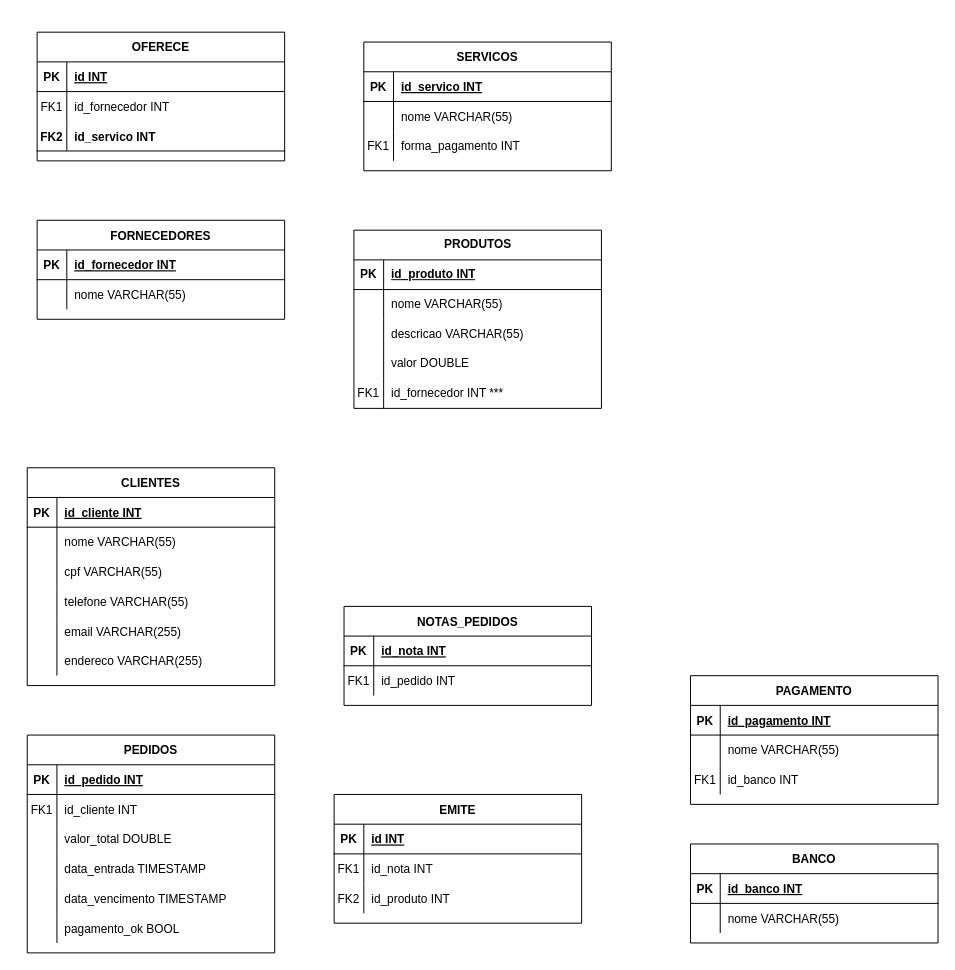
GustavoSouza123/ERDs keeps this draw.io diagram as agência_de_turismo.drawio. Above is the earlier version. Source tidied: cells renumbered, new cells numbered last; positions are measured from the earlier drawing's top-left corner, leaving out a move shared by most shapes. Both pictures are drawn from the tidied source at 99%, with x=0, y=0 at pixel (27, 32).
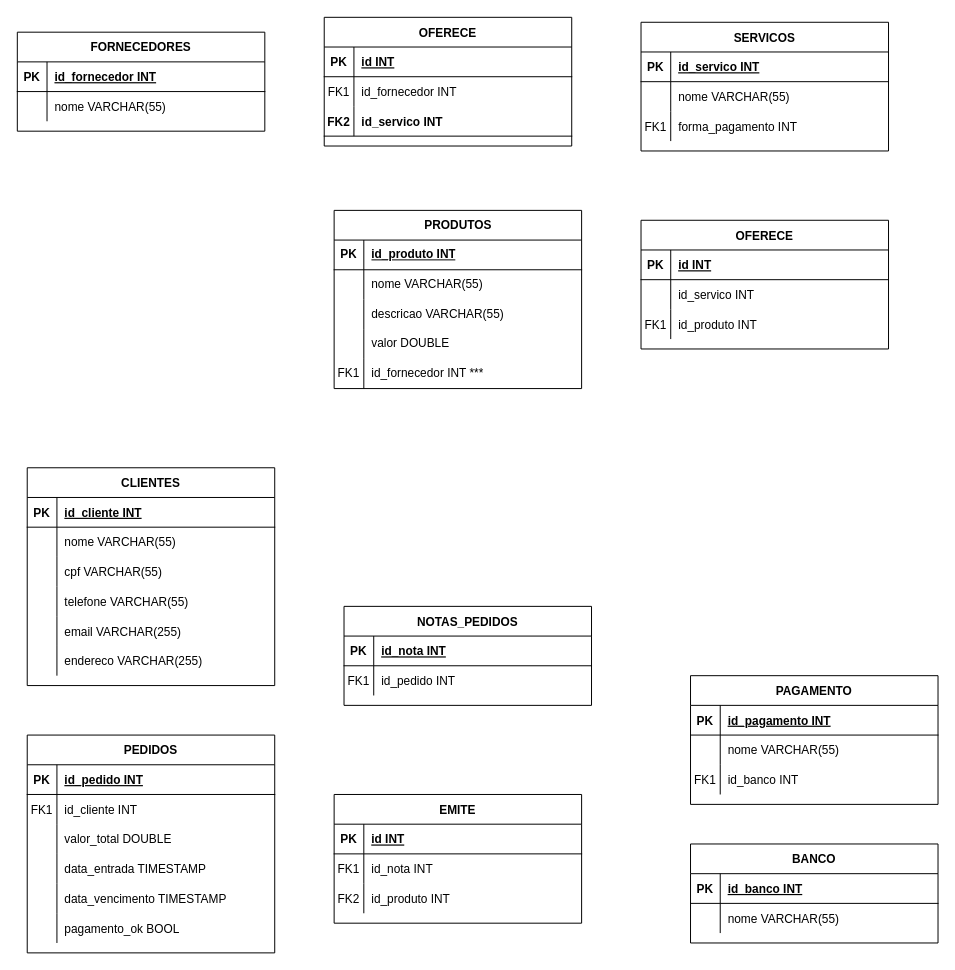
After the change.

Commit message:
almost finished: agência_de_turismo.drawio

Diff of the diagram source:
```diff
@@
     <mxCell id="2" value="FORNECEDORES" style="shape=table;startSize=30;childLayout=tableLayout;rowLines=0;fontStyle=1;align=center;" parent="1" vertex="1">
-      <mxGeometry x="10" y="190" width="250" height="100" as="geometry" />
+      <mxGeometry x="-10" width="250" height="100" as="geometry" />
     </mxCell>
@@
     <mxCell id="9" value="SERVICOS" style="shape=table;startSize=30;childLayout=tableLayout;rowLines=0;fontStyle=1;align=center;" parent="1" vertex="1">
-      <mxGeometry x="340" y="10" width="250" height="130" as="geometry" />
+      <mxGeometry x="620" y="-10" width="250" height="130" as="geometry" />
     </mxCell>
@@
     <mxCell id="62" value="OFERECE" style="shape=table;startSize=30;childLayout=tableLayout;rowLines=0;fontStyle=1;align=center;" parent="1" vertex="1">
-      <mxGeometry x="10" width="250" height="130" as="geometry" />
+      <mxGeometry x="300" y="-15" width="250" height="130" as="geometry" />
     </mxCell>
@@
     <mxCell id="72" value="PRODUTOS" style="shape=table;startSize=30;childLayout=tableLayout;rowLines=0;fontStyle=1;align=center;html=1;" parent="1" vertex="1">
-      <mxGeometry x="330" y="200" width="250" height="180" as="geometry" />
+      <mxGeometry x="310" y="180" width="250" height="180" as="geometry" />
     </mxCell>
@@
+    <mxCell id="117" value="OFERECE" style="shape=table;startSize=30;childLayout=tableLayout;rowLines=0;fontStyle=1;align=center;" parent="1" vertex="1">
+      <mxGeometry x="620" y="190" width="250" height="130" as="geometry" />
+    </mxCell>
+    <mxCell id="118" style="shape=partialRectangle;fillColor=none;top=0;left=0;right=0;bottom=1;" parent="117" vertex="1">
+      <mxGeometry y="30" width="250" height="30" as="geometry" />
+    </mxCell>
+    <mxCell id="119" value="PK" style="shape=partialRectangle;overflow=hidden;fillColor=none;top=0;left=0;bottom=0;right=0;fontStyle=1;" parent="118" vertex="1">
+      <mxGeometry width="30" height="30" as="geometry" />
+    </mxCell>
+    <mxCell id="120" value="id INT" style="shape=partialRectangle;overflow=hidden;fillColor=none;top=0;left=0;bottom=0;right=0;align=left;spacingLeft=6;fontStyle=5;" parent="118" vertex="1">
+      <mxGeometry x="30" width="220" height="30" as="geometry" />
+    </mxCell>
+    <mxCell id="121" style="shape=partialRectangle;fillColor=none;top=0;left=0;right=0;bottom=0;" parent="117" vertex="1">
+      <mxGeometry y="60" width="250" height="30" as="geometry" />
+    </mxCell>
+    <mxCell id="122" style="shape=partialRectangle;overflow=hidden;fillColor=none;top=0;left=0;bottom=0;right=0;" parent="121" vertex="1">
+      <mxGeometry width="30" height="30" as="geometry" />
+    </mxCell>
+    <mxCell id="123" value="id_servico INT" style="shape=partialRectangle;overflow=hidden;fillColor=none;top=0;left=0;bottom=0;right=0;align=left;spacingLeft=6;" parent="121" vertex="1">
+      <mxGeometry x="30" width="220" height="30" as="geometry" />
+    </mxCell>
+    <mxCell id="124" style="shape=partialRectangle;fillColor=none;top=0;left=0;right=0;bottom=0;" parent="117" vertex="1">
+      <mxGeometry y="90" width="250" height="30" as="geometry" />
+    </mxCell>
+    <mxCell id="125" value="FK1" style="shape=partialRectangle;overflow=hidden;fillColor=none;top=0;left=0;bottom=0;right=0;" parent="124" vertex="1">
+      <mxGeometry width="30" height="30" as="geometry" />
+    </mxCell>
+    <mxCell id="126" value="id_produto INT" style="shape=partialRectangle;overflow=hidden;fillColor=none;top=0;left=0;bottom=0;right=0;align=left;spacingLeft=6;" parent="124" vertex="1">
+      <mxGeometry x="30" width="220" height="30" as="geometry" />
+    </mxCell>
```
